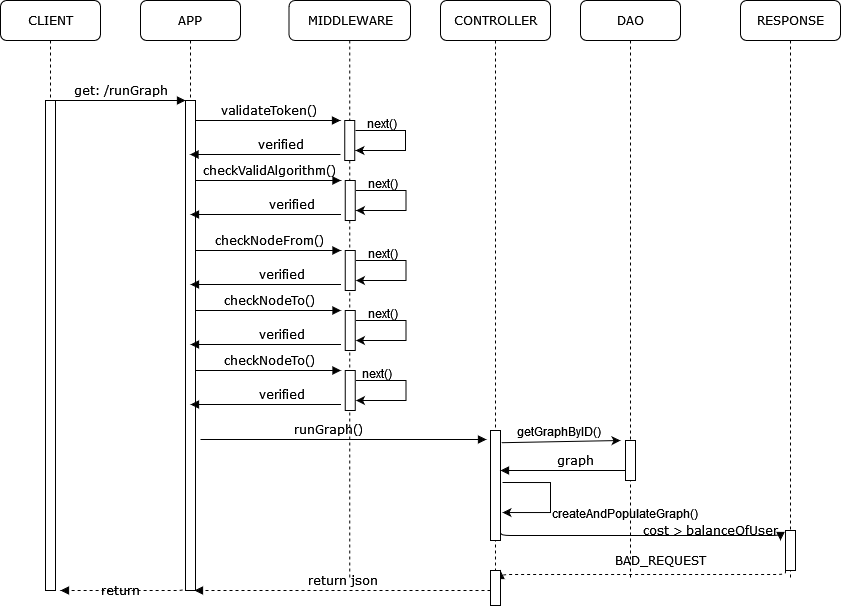
Above: uml e screen/rungraph error.png in f10r3nz4/graphs_PA (draw.io), before the change. Source tidied: cells renumbered, new cells last; positions are measured from the earlier drawing's top-left corner, leaving out a move shared by most shapes. Its diagram source:
```xml
<mxGraphModel>
  <root>
    <mxCell id="0" />
    <mxCell id="1" parent="0" />
    <mxCell id="2" value="APP" style="shape=umlLifeline;perimeter=lifelinePerimeter;whiteSpace=wrap;html=1;rounded=1;shadow=0;comic=0;labelBackgroundColor=none;strokeWidth=1;fontFamily=Verdana;fontSize=12;align=center;" parent="1" vertex="1">
      <mxGeometry x="140" width="100" height="590" as="geometry" />
    </mxCell>
    <mxCell id="3" style="html=1;points=[];perimeter=orthogonalPerimeter;rounded=0;shadow=0;comic=0;labelBackgroundColor=none;strokeWidth=1;fontFamily=Verdana;fontSize=12;align=center;" parent="2" vertex="1">
      <mxGeometry x="45" y="100" width="10" height="490" as="geometry" />
    </mxCell>
    <mxCell id="4" value="MIDDLEWARE" style="shape=umlLifeline;perimeter=lifelinePerimeter;whiteSpace=wrap;html=1;rounded=1;shadow=0;comic=0;labelBackgroundColor=none;strokeWidth=1;fontFamily=Verdana;fontSize=12;align=center;" parent="1" vertex="1">
      <mxGeometry x="288.5" width="121.5" height="580" as="geometry" />
    </mxCell>
    <mxCell id="5" style="html=1;perimeter=orthogonalPerimeter;rounded=0;shadow=0;comic=0;labelBackgroundColor=none;strokeWidth=1;fontFamily=Verdana;fontSize=12;align=center;" parent="4" vertex="1">
      <mxGeometry x="55.8" y="120" width="10" height="40" as="geometry" />
    </mxCell>
    <mxCell id="6" style="html=1;perimeter=orthogonalPerimeter;rounded=0;shadow=0;comic=0;labelBackgroundColor=none;strokeWidth=1;fontFamily=Verdana;fontSize=12;align=center;" parent="4" vertex="1">
      <mxGeometry x="56.2" y="180" width="10" height="40" as="geometry" />
    </mxCell>
    <mxCell id="7" value="&lt;span class=&quot;pl-s1&quot;&gt;checkValidAlgorithm&lt;/span&gt;&lt;span class=&quot;pl-kos&quot;&gt;()&lt;/span&gt;" style="html=1;verticalAlign=bottom;endArrow=block;labelBackgroundColor=none;fontFamily=Verdana;fontSize=12;edgeStyle=elbowEdgeStyle;elbow=vertical;" parent="4" edge="1">
      <mxGeometry relative="1" as="geometry">
        <mxPoint x="-93" y="180" as="sourcePoint" />
        <mxPoint x="52" y="180" as="targetPoint" />
      </mxGeometry>
    </mxCell>
    <mxCell id="8" style="endArrow=classic;html=1;rounded=0;" parent="4" edge="1">
      <mxGeometry relative="1" as="geometry">
        <mxPoint x="67" y="190" as="sourcePoint" />
        <mxPoint x="67" y="210" as="targetPoint" />
        <Array as="points">
          <mxPoint x="117" y="190" />
          <mxPoint x="117" y="210" />
        </Array>
      </mxGeometry>
    </mxCell>
    <mxCell id="9" value="next()" style="text;whiteSpace=wrap;html=1;" parent="4" vertex="1">
      <mxGeometry x="77" y="170" width="120" height="30" as="geometry" />
    </mxCell>
    <mxCell id="10" value="verified" style="html=1;verticalAlign=bottom;endArrow=block;labelBackgroundColor=none;fontFamily=Verdana;fontSize=12;edgeStyle=elbowEdgeStyle;elbow=vertical;" parent="4" edge="1">
      <mxGeometry x="-0.34" relative="1" as="geometry">
        <mxPoint x="52" y="214" as="sourcePoint" />
        <mxPoint x="-98.5" y="214" as="targetPoint" />
      </mxGeometry>
    </mxCell>
    <mxCell id="11" style="html=1;perimeter=orthogonalPerimeter;rounded=0;shadow=0;comic=0;labelBackgroundColor=none;strokeWidth=1;fontFamily=Verdana;fontSize=12;align=center;" parent="4" vertex="1">
      <mxGeometry x="56.2" y="250" width="10" height="40" as="geometry" />
    </mxCell>
    <mxCell id="12" value="&lt;span class=&quot;pl-s1&quot;&gt;checkNodeFrom&lt;/span&gt;&lt;span class=&quot;pl-kos&quot;&gt;()&lt;/span&gt;" style="html=1;verticalAlign=bottom;endArrow=block;labelBackgroundColor=none;fontFamily=Verdana;fontSize=12;edgeStyle=elbowEdgeStyle;elbow=vertical;" parent="4" edge="1">
      <mxGeometry relative="1" as="geometry">
        <mxPoint x="-93" y="250" as="sourcePoint" />
        <mxPoint x="52" y="250" as="targetPoint" />
      </mxGeometry>
    </mxCell>
    <mxCell id="13" style="endArrow=classic;html=1;rounded=0;" parent="4" edge="1">
      <mxGeometry relative="1" as="geometry">
        <mxPoint x="67" y="260" as="sourcePoint" />
        <mxPoint x="67" y="280" as="targetPoint" />
        <Array as="points">
          <mxPoint x="117" y="260" />
          <mxPoint x="117" y="280" />
        </Array>
      </mxGeometry>
    </mxCell>
    <mxCell id="14" value="next()" style="text;whiteSpace=wrap;html=1;" parent="4" vertex="1">
      <mxGeometry x="77" y="240" width="120" height="30" as="geometry" />
    </mxCell>
    <mxCell id="15" value="verified" style="html=1;verticalAlign=bottom;endArrow=block;labelBackgroundColor=none;fontFamily=Verdana;fontSize=12;edgeStyle=elbowEdgeStyle;elbow=vertical;" parent="4" edge="1">
      <mxGeometry x="-0.2" relative="1" as="geometry">
        <mxPoint x="52" y="284" as="sourcePoint" />
        <mxPoint x="-98.5" y="284" as="targetPoint" />
      </mxGeometry>
    </mxCell>
    <mxCell id="16" style="html=1;perimeter=orthogonalPerimeter;rounded=0;shadow=0;comic=0;labelBackgroundColor=none;strokeWidth=1;fontFamily=Verdana;fontSize=12;align=center;" parent="4" vertex="1">
      <mxGeometry x="56.2" y="310" width="10" height="40" as="geometry" />
    </mxCell>
    <mxCell id="17" value="&lt;span class=&quot;pl-s1&quot;&gt;checkNodeTo&lt;/span&gt;&lt;span class=&quot;pl-kos&quot;&gt;()&lt;/span&gt;" style="html=1;verticalAlign=bottom;endArrow=block;labelBackgroundColor=none;fontFamily=Verdana;fontSize=12;edgeStyle=elbowEdgeStyle;elbow=vertical;" parent="4" edge="1">
      <mxGeometry relative="1" as="geometry">
        <mxPoint x="-93" y="310" as="sourcePoint" />
        <mxPoint x="52" y="310" as="targetPoint" />
      </mxGeometry>
    </mxCell>
    <mxCell id="18" style="endArrow=classic;html=1;rounded=0;" parent="4" edge="1">
      <mxGeometry relative="1" as="geometry">
        <mxPoint x="67" y="320" as="sourcePoint" />
        <mxPoint x="67" y="340" as="targetPoint" />
        <Array as="points">
          <mxPoint x="117" y="320" />
          <mxPoint x="117" y="340" />
        </Array>
      </mxGeometry>
    </mxCell>
    <mxCell id="19" value="next()" style="text;whiteSpace=wrap;html=1;" parent="4" vertex="1">
      <mxGeometry x="77" y="300" width="120" height="30" as="geometry" />
    </mxCell>
    <mxCell id="20" value="verified" style="html=1;verticalAlign=bottom;endArrow=block;labelBackgroundColor=none;fontFamily=Verdana;fontSize=12;edgeStyle=elbowEdgeStyle;elbow=vertical;" parent="4" edge="1">
      <mxGeometry x="-0.2" relative="1" as="geometry">
        <mxPoint x="52" y="344" as="sourcePoint" />
        <mxPoint x="-98.5" y="344" as="targetPoint" />
      </mxGeometry>
    </mxCell>
    <mxCell id="21" value="runGraph()" style="html=1;verticalAlign=bottom;endArrow=block;labelBackgroundColor=none;fontFamily=Verdana;fontSize=12;edgeStyle=elbowEdgeStyle;elbow=vertical;entryX=-0.4;entryY=0.082;entryDx=0;entryDy=0;entryPerimeter=0;" parent="4" edge="1" target="28">
      <mxGeometry x="-0.1" relative="1" as="geometry">
        <mxPoint x="-88.5" y="439" as="sourcePoint" />
      </mxGeometry>
    </mxCell>
    <mxCell id="22" style="html=1;perimeter=orthogonalPerimeter;rounded=0;shadow=0;comic=0;labelBackgroundColor=none;strokeWidth=1;fontFamily=Verdana;fontSize=12;align=center;" parent="4" vertex="1">
      <mxGeometry x="56.2" y="370" width="10" height="40" as="geometry" />
    </mxCell>
    <mxCell id="23" value="&lt;span class=&quot;pl-s1&quot;&gt;checkNodeTo&lt;/span&gt;&lt;span class=&quot;pl-kos&quot;&gt;()&lt;/span&gt;" style="html=1;verticalAlign=bottom;endArrow=block;labelBackgroundColor=none;fontFamily=Verdana;fontSize=12;edgeStyle=elbowEdgeStyle;elbow=vertical;" parent="4" edge="1">
      <mxGeometry relative="1" as="geometry">
        <mxPoint x="-93" y="370" as="sourcePoint" />
        <mxPoint x="52" y="370" as="targetPoint" />
      </mxGeometry>
    </mxCell>
    <mxCell id="24" style="endArrow=classic;html=1;rounded=0;" parent="4" edge="1">
      <mxGeometry relative="1" as="geometry">
        <mxPoint x="67" y="380" as="sourcePoint" />
        <mxPoint x="67" y="400" as="targetPoint" />
        <Array as="points">
          <mxPoint x="117" y="380" />
          <mxPoint x="117" y="400" />
        </Array>
      </mxGeometry>
    </mxCell>
    <mxCell id="25" value="next()" style="text;whiteSpace=wrap;html=1;" parent="4" vertex="1">
      <mxGeometry x="71.5" y="360" width="125.5" height="30" as="geometry" />
    </mxCell>
    <mxCell id="26" value="verified" style="html=1;verticalAlign=bottom;endArrow=block;labelBackgroundColor=none;fontFamily=Verdana;fontSize=12;edgeStyle=elbowEdgeStyle;elbow=vertical;" parent="4" edge="1">
      <mxGeometry x="-0.2" relative="1" as="geometry">
        <mxPoint x="52" y="404" as="sourcePoint" />
        <mxPoint x="-98.5" y="404" as="targetPoint" />
      </mxGeometry>
    </mxCell>
    <mxCell id="27" value="CONTROLLER" style="shape=umlLifeline;perimeter=lifelinePerimeter;whiteSpace=wrap;html=1;rounded=1;shadow=0;comic=0;labelBackgroundColor=none;strokeWidth=1;fontFamily=Verdana;fontSize=12;align=center;" parent="1" vertex="1">
      <mxGeometry x="440" width="110" height="570" as="geometry" />
    </mxCell>
    <mxCell id="28" style="html=1;points=[];perimeter=orthogonalPerimeter;rounded=0;shadow=0;comic=0;labelBackgroundColor=none;strokeWidth=1;fontFamily=Verdana;fontSize=12;align=center;" parent="27" vertex="1">
      <mxGeometry x="50" y="430" width="10" height="110" as="geometry" />
    </mxCell>
    <mxCell id="29" style="endArrow=classic;html=1;rounded=0;" parent="27" edge="1">
      <mxGeometry relative="1" as="geometry">
        <mxPoint x="62" y="482" as="sourcePoint" />
        <mxPoint x="62" y="512" as="targetPoint" />
        <Array as="points">
          <mxPoint x="110" y="482" />
          <mxPoint x="110" y="512" />
        </Array>
      </mxGeometry>
    </mxCell>
    <mxCell id="30" value="DAO" style="shape=umlLifeline;perimeter=lifelinePerimeter;whiteSpace=wrap;html=1;rounded=1;shadow=0;comic=0;labelBackgroundColor=none;strokeWidth=1;fontFamily=Verdana;fontSize=12;align=center;" parent="1" vertex="1">
      <mxGeometry x="580" width="100" height="580" as="geometry" />
    </mxCell>
    <mxCell id="31" style="html=1;perimeter=orthogonalPerimeter;rounded=0;shadow=0;comic=0;labelBackgroundColor=none;strokeWidth=1;fontFamily=Verdana;fontSize=12;align=center;" parent="30" vertex="1">
      <mxGeometry x="45" y="440" width="10" height="40" as="geometry" />
    </mxCell>
    <mxCell id="32" value="createAndPopulateGraph()" style="text;whiteSpace=wrap;html=1;" parent="30" vertex="1">
      <mxGeometry x="-30" y="500" width="130" height="30" as="geometry" />
    </mxCell>
    <mxCell id="33" value="graph" style="html=1;verticalAlign=bottom;endArrow=block;labelBackgroundColor=none;fontFamily=Verdana;fontSize=12;edgeStyle=elbowEdgeStyle;elbow=vertical;" parent="30" edge="1">
      <mxGeometry x="-0.2" relative="1" as="geometry">
        <mxPoint x="45" y="470" as="sourcePoint" />
        <mxPoint x="-80" y="470" as="targetPoint" />
      </mxGeometry>
    </mxCell>
    <mxCell id="34" value="&lt;span class=&quot;pl-s1&quot;&gt;cost&lt;/span&gt; &lt;span class=&quot;pl-c1&quot;&gt;&amp;gt;&lt;/span&gt; &lt;span class=&quot;pl-s1&quot;&gt;balanceOfUser&lt;/span&gt;" style="html=1;verticalAlign=bottom;endArrow=block;labelBackgroundColor=none;fontFamily=Verdana;fontSize=12;edgeStyle=elbowEdgeStyle;elbow=vertical;" parent="30" edge="1">
      <mxGeometry x="0.48" y="-5" relative="1" as="geometry">
        <mxPoint x="-80" y="530" as="sourcePoint" />
        <mxPoint x="200" y="540" as="targetPoint" />
      </mxGeometry>
    </mxCell>
    <mxCell id="35" value="BAD_REQUEST" style="html=1;verticalAlign=bottom;endArrow=block;labelBackgroundColor=none;fontFamily=Verdana;fontSize=12;edgeStyle=elbowEdgeStyle;elbow=vertical;dashed=1;" parent="30" edge="1">
      <mxGeometry x="-0.12" y="-4" relative="1" as="geometry">
        <mxPoint x="205" y="570" as="sourcePoint" />
        <mxPoint x="-80" y="570" as="targetPoint" />
        <Array as="points">
          <mxPoint x="205" y="574" />
        </Array>
      </mxGeometry>
    </mxCell>
    <mxCell id="36" value="RESPONSE" style="shape=umlLifeline;perimeter=lifelinePerimeter;whiteSpace=wrap;html=1;rounded=1;shadow=0;comic=0;labelBackgroundColor=none;strokeWidth=1;fontFamily=Verdana;fontSize=12;align=center;" parent="1" vertex="1">
      <mxGeometry x="740" width="100" height="580" as="geometry" />
    </mxCell>
    <mxCell id="37" style="html=1;perimeter=orthogonalPerimeter;rounded=0;shadow=0;comic=0;labelBackgroundColor=none;strokeWidth=1;fontFamily=Verdana;fontSize=12;align=center;" parent="36" vertex="1">
      <mxGeometry x="45" y="530" width="10" height="40" as="geometry" />
    </mxCell>
    <mxCell id="38" value="CLIENT" style="shape=umlLifeline;perimeter=lifelinePerimeter;whiteSpace=wrap;html=1;rounded=1;shadow=0;comic=0;labelBackgroundColor=none;strokeWidth=1;fontFamily=Verdana;fontSize=12;align=center;" parent="1" vertex="1">
      <mxGeometry width="100" height="590" as="geometry" />
    </mxCell>
    <mxCell id="39" style="html=1;points=[];perimeter=orthogonalPerimeter;rounded=0;shadow=0;comic=0;labelBackgroundColor=none;strokeWidth=1;fontFamily=Verdana;fontSize=12;align=center;" parent="38" vertex="1">
      <mxGeometry x="45" y="100" width="10" height="490" as="geometry" />
    </mxCell>
    <mxCell id="40" value="get: /runGraph" style="html=1;verticalAlign=bottom;endArrow=block;entryX=0;entryY=0;labelBackgroundColor=none;fontFamily=Verdana;fontSize=12;edgeStyle=elbowEdgeStyle;elbow=vertical;" parent="1" edge="1" source="39" target="3">
      <mxGeometry relative="1" as="geometry" />
    </mxCell>
    <mxCell id="41" value="validateToken()" style="html=1;verticalAlign=bottom;endArrow=block;labelBackgroundColor=none;fontFamily=Verdana;fontSize=12;edgeStyle=elbowEdgeStyle;elbow=vertical;" parent="1" edge="1" source="3">
      <mxGeometry relative="1" as="geometry">
        <mxPoint x="340" y="120" as="targetPoint" />
      </mxGeometry>
    </mxCell>
    <mxCell id="42" style="endArrow=classic;html=1;rounded=0;" parent="1" edge="1">
      <mxGeometry relative="1" as="geometry">
        <mxPoint x="355" y="130" as="sourcePoint" />
        <mxPoint x="355" y="150" as="targetPoint" />
        <Array as="points">
          <mxPoint x="405" y="130" />
          <mxPoint x="405" y="150" />
        </Array>
      </mxGeometry>
    </mxCell>
    <mxCell id="43" value="next()" style="text;whiteSpace=wrap;html=1;" parent="1" vertex="1">
      <mxGeometry x="365" y="110" width="120" height="30" as="geometry" />
    </mxCell>
    <mxCell id="44" value="verified" style="html=1;verticalAlign=bottom;endArrow=block;labelBackgroundColor=none;fontFamily=Verdana;fontSize=12;edgeStyle=elbowEdgeStyle;elbow=vertical;" parent="1" edge="1">
      <mxGeometry x="-0.2" relative="1" as="geometry">
        <mxPoint x="340" y="154" as="sourcePoint" />
        <mxPoint x="189.5" y="154" as="targetPoint" />
      </mxGeometry>
    </mxCell>
    <mxCell id="45" value="return json" style="html=1;verticalAlign=bottom;endArrow=block;labelBackgroundColor=none;fontFamily=Verdana;fontSize=12;edgeStyle=elbowEdgeStyle;elbow=vertical;dashed=1;" parent="1" edge="1">
      <mxGeometry relative="1" as="geometry">
        <mxPoint x="490" y="590" as="sourcePoint" />
        <mxPoint x="194" y="590" as="targetPoint" />
        <Array as="points">
          <mxPoint x="410" y="590" />
          <mxPoint x="492.5" y="724" />
        </Array>
      </mxGeometry>
    </mxCell>
    <mxCell id="46" style="endArrow=classic;html=1;rounded=0;exitX=1.1;exitY=0.111;exitDx=0;exitDy=0;exitPerimeter=0;" parent="1" edge="1" source="28">
      <mxGeometry relative="1" as="geometry">
        <mxPoint x="620" y="440" as="targetPoint" />
      </mxGeometry>
    </mxCell>
    <mxCell id="47" style="html=1;perimeter=orthogonalPerimeter;rounded=0;shadow=0;comic=0;labelBackgroundColor=none;strokeWidth=1;fontFamily=Verdana;fontSize=12;align=center;" parent="1" vertex="1">
      <mxGeometry x="490" y="570" width="10" height="35" as="geometry" />
    </mxCell>
    <mxCell id="48" value="getGraphByID()" style="text;whiteSpace=wrap;html=1;" parent="1" vertex="1">
      <mxGeometry x="515" y="418" width="120" height="30" as="geometry" />
    </mxCell>
    <mxCell id="49" value="return" style="html=1;verticalAlign=bottom;endArrow=block;labelBackgroundColor=none;fontFamily=Verdana;fontSize=12;edgeStyle=elbowEdgeStyle;elbow=vertical;dashed=1;exitX=0.5;exitY=0.983;exitDx=0;exitDy=0;exitPerimeter=0;" parent="1" edge="1">
      <mxGeometry x="0.08" y="10" relative="1" as="geometry">
        <mxPoint x="185" y="585.2" as="sourcePoint" />
        <mxPoint x="60" y="590" as="targetPoint" />
        <Array as="points">
          <mxPoint x="115" y="590" />
          <mxPoint x="125" y="570" />
          <mxPoint x="105" y="536" />
          <mxPoint x="175" y="540" />
        </Array>
      </mxGeometry>
    </mxCell>
  </root>
</mxGraphModel>
```
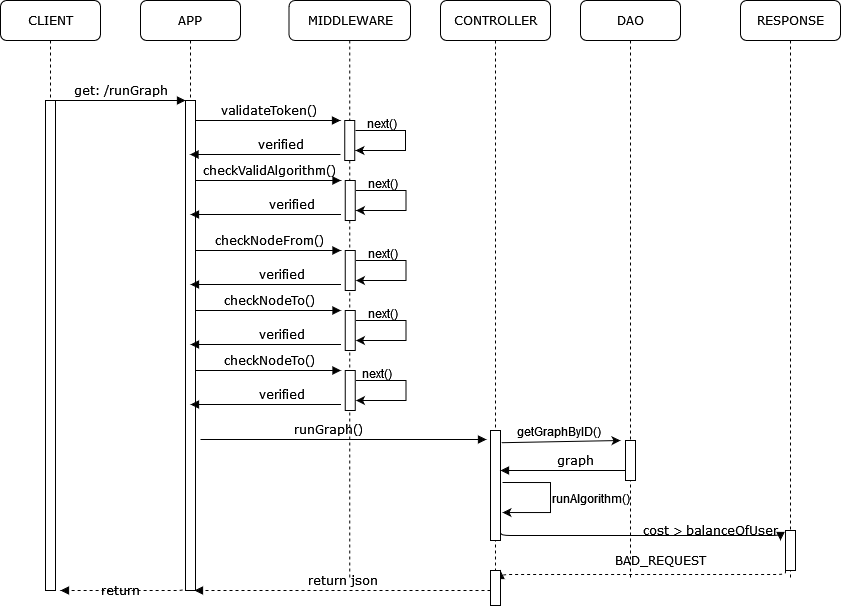
After the commit.

Diff of the diagram source:
```diff
@@ -153,8 +153,8 @@
     <mxCell id="31" style="html=1;perimeter=orthogonalPerimeter;rounded=0;shadow=0;comic=0;labelBackgroundColor=none;strokeWidth=1;fontFamily=Verdana;fontSize=12;align=center;" parent="30" vertex="1">
       <mxGeometry x="45" y="440" width="10" height="40" as="geometry" />
     </mxCell>
-    <mxCell id="32" value="createAndPopulateGraph()" style="text;whiteSpace=wrap;html=1;" parent="30" vertex="1">
-      <mxGeometry x="-30" y="500" width="130" height="30" as="geometry" />
+    <mxCell id="32" value="runAlgorithm()" style="text;whiteSpace=wrap;html=1;" parent="30" vertex="1">
+      <mxGeometry x="-30" y="485" width="130" height="30" as="geometry" />
     </mxCell>
     <mxCell id="33" value="graph" style="html=1;verticalAlign=bottom;endArrow=block;labelBackgroundColor=none;fontFamily=Verdana;fontSize=12;edgeStyle=elbowEdgeStyle;elbow=vertical;" parent="30" edge="1">
       <mxGeometry x="-0.2" relative="1" as="geometry">
```
